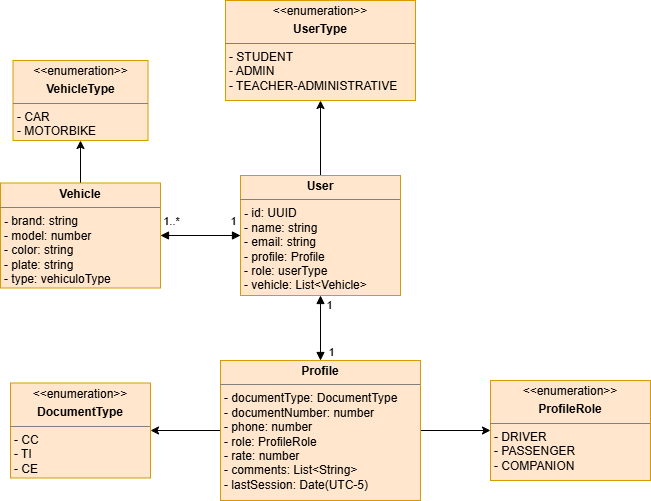
The draw.io diagram docs/uml/DiagramaDeClases.png in RidECI-Legacy/sonic-user-service, before a commit. Source tidied: cells renumbered, new cells last; positions are measured from the earlier drawing's top-left corner, leaving out a move shared by most shapes. The source it was exported from:
```xml
<mxGraphModel>
  <root>
    <mxCell id="0" />
    <mxCell id="1" parent="0" />
    <mxCell id="2" style="edgeStyle=orthogonalEdgeStyle;rounded=0;jettySize=auto;html=1;exitX=0.5;exitY=0;exitDx=0;exitDy=0;entryX=0.5;entryY=1;entryDx=0;entryDy=0;" parent="1" edge="1" source="3" target="16">
      <mxGeometry relative="1" as="geometry" />
    </mxCell>
    <mxCell id="3" value="&lt;p style=&quot;margin:0px;margin-top:4px;text-align:center;&quot;&gt;&lt;b&gt;User&lt;/b&gt;&lt;/p&gt;&lt;hr size=&quot;1&quot; style=&quot;border-style:solid;&quot;&gt;&lt;p style=&quot;margin:0px;margin-left:4px;&quot;&gt;&lt;b&gt;- &lt;/b&gt;id: UUID&lt;/p&gt;&lt;p style=&quot;margin:0px;margin-left:4px;&quot;&gt;- name: string&lt;/p&gt;&lt;p style=&quot;margin:0px;margin-left:4px;&quot;&gt;- email: string&lt;/p&gt;&lt;p style=&quot;margin:0px;margin-left:4px;&quot;&gt;&lt;span style=&quot;background-color: transparent; color: light-dark(rgb(0, 0, 0), rgb(255, 255, 255));&quot;&gt;- profile: Profile&lt;/span&gt;&lt;/p&gt;&lt;p style=&quot;margin:0px;margin-left:4px;&quot;&gt;&lt;span style=&quot;background-color: transparent; color: light-dark(rgb(0, 0, 0), rgb(255, 255, 255));&quot;&gt;- role: userType&lt;/span&gt;&lt;/p&gt;&lt;p style=&quot;margin:0px;margin-left:4px;&quot;&gt;&lt;span style=&quot;background-color: transparent; color: light-dark(rgb(0, 0, 0), rgb(255, 255, 255));&quot;&gt;- vehicle: List&amp;lt;Vehicle&amp;gt;&amp;nbsp;&lt;/span&gt;&lt;/p&gt;" style="verticalAlign=top;align=left;overflow=fill;html=1;whiteSpace=wrap;fillColor=#ffe6cc;strokeColor=#d79b00;" parent="1" vertex="1">
      <mxGeometry x="240" y="175" width="160" height="120" as="geometry" />
    </mxCell>
    <mxCell id="4" value="&lt;p style=&quot;margin:0px;margin-top:4px;text-align:center;&quot;&gt;&amp;lt;&amp;lt;enumeration&amp;gt;&amp;gt;&lt;/p&gt;&lt;p style=&quot;margin:0px;margin-top:4px;text-align:center;&quot;&gt;&lt;b&gt;ProfileRole&lt;/b&gt;&lt;/p&gt;&lt;hr size=&quot;1&quot; style=&quot;border-style:solid;&quot;&gt;&lt;p style=&quot;margin:0px;margin-left:4px;&quot;&gt;- DRIVER&lt;/p&gt;&lt;p style=&quot;margin:0px;margin-left:4px;&quot;&gt;- PASSENGER&lt;/p&gt;&lt;p style=&quot;margin:0px;margin-left:4px;&quot;&gt;- COMPANION&lt;br&gt;&lt;/p&gt;" style="verticalAlign=top;align=left;overflow=fill;html=1;whiteSpace=wrap;fillColor=#ffe6cc;strokeColor=#d79b00;" parent="1" vertex="1">
      <mxGeometry x="490" y="380" width="160" height="100" as="geometry" />
    </mxCell>
    <mxCell id="5" style="edgeStyle=orthogonalEdgeStyle;rounded=0;jettySize=auto;html=1;exitX=0.5;exitY=0;exitDx=0;exitDy=0;entryX=0.5;entryY=1;entryDx=0;entryDy=0;" parent="1" edge="1" source="6" target="18">
      <mxGeometry relative="1" as="geometry" />
    </mxCell>
    <mxCell id="6" value="&lt;p style=&quot;margin:0px;margin-top:4px;text-align:center;&quot;&gt;&lt;b&gt;Vehicle&lt;/b&gt;&lt;/p&gt;&lt;hr size=&quot;1&quot; style=&quot;border-style:solid;&quot;&gt;&lt;p style=&quot;margin:0px;margin-left:4px;&quot;&gt;&lt;b&gt;- &lt;/b&gt;brand: string&lt;/p&gt;&lt;p style=&quot;margin:0px;margin-left:4px;&quot;&gt;- model: number&lt;/p&gt;&lt;p style=&quot;margin:0px;margin-left:4px;&quot;&gt;- color: string&lt;/p&gt;&lt;p style=&quot;margin:0px;margin-left:4px;&quot;&gt;- plate: string&lt;/p&gt;&lt;p style=&quot;margin:0px;margin-left:4px;&quot;&gt;- type: vehiculoType&lt;/p&gt;" style="verticalAlign=top;align=left;overflow=fill;html=1;whiteSpace=wrap;fillColor=#ffe6cc;strokeColor=#d79b00;" parent="1" vertex="1">
      <mxGeometry y="182.5" width="160" height="105" as="geometry" />
    </mxCell>
    <mxCell id="7" style="endArrow=block;startArrow=block;endFill=1;startFill=1;html=1;rounded=0;exitX=1;exitY=0.5;exitDx=0;exitDy=0;entryX=0;entryY=0.5;entryDx=0;entryDy=0;" parent="1" edge="1" source="6" target="3">
      <mxGeometry relative="1" as="geometry" />
    </mxCell>
    <mxCell id="8" value="1..*" style="edgeLabel;html=1;align=center;verticalAlign=middle;" parent="7" vertex="1">
      <mxGeometry x="-0.71" y="-2" relative="1" as="geometry">
        <mxPoint x="-2" y="-17" as="offset" />
      </mxGeometry>
    </mxCell>
    <mxCell id="9" value="1" style="edgeLabel;html=1;align=center;verticalAlign=middle;" parent="7" vertex="1">
      <mxGeometry x="0.6" relative="1" as="geometry">
        <mxPoint x="8" y="-15" as="offset" />
      </mxGeometry>
    </mxCell>
    <mxCell id="10" style="edgeStyle=orthogonalEdgeStyle;rounded=0;jettySize=auto;html=1;exitX=1;exitY=0.5;exitDx=0;exitDy=0;entryX=0;entryY=0.5;entryDx=0;entryDy=0;" parent="1" edge="1" source="12" target="4">
      <mxGeometry relative="1" as="geometry" />
    </mxCell>
    <mxCell id="11" style="edgeStyle=orthogonalEdgeStyle;rounded=0;jettySize=auto;html=1;entryX=1;entryY=0.5;entryDx=0;entryDy=0;" parent="1" edge="1" source="12" target="17">
      <mxGeometry relative="1" as="geometry" />
    </mxCell>
    <mxCell id="12" value="&lt;p style=&quot;margin:0px;margin-top:4px;text-align:center;&quot;&gt;&lt;b&gt;Profile&lt;/b&gt;&lt;/p&gt;&lt;hr size=&quot;1&quot; style=&quot;border-style:solid;&quot;&gt;&lt;p style=&quot;margin:0px;margin-left:4px;&quot;&gt;&lt;span style=&quot;background-color: transparent; color: light-dark(rgb(0, 0, 0), rgb(255, 255, 255));&quot;&gt;- documentType: DocumentType&lt;/span&gt;&lt;/p&gt;&lt;p style=&quot;margin:0px;margin-left:4px;&quot;&gt;&lt;span style=&quot;background-color: transparent; color: light-dark(rgb(0, 0, 0), rgb(255, 255, 255));&quot;&gt;- documentNumber: number&lt;/span&gt;&lt;/p&gt;&lt;p style=&quot;margin:0px;margin-left:4px;&quot;&gt;&lt;span style=&quot;background-color: transparent; color: light-dark(rgb(0, 0, 0), rgb(255, 255, 255));&quot;&gt;- phone: number&lt;/span&gt;&lt;/p&gt;&lt;p style=&quot;margin:0px;margin-left:4px;&quot;&gt;&lt;span style=&quot;background-color: transparent; color: light-dark(rgb(0, 0, 0), rgb(255, 255, 255));&quot;&gt;- role: ProfileRole&lt;/span&gt;&lt;/p&gt;&lt;p style=&quot;margin: 0px 0px 0px 4px;&quot;&gt;- rate: number&lt;/p&gt;&lt;p style=&quot;margin: 0px 0px 0px 4px;&quot;&gt;- comments: List&amp;lt;String&amp;gt;&lt;br&gt;&lt;/p&gt;&lt;p style=&quot;margin: 0px 0px 0px 4px;&quot;&gt;- lastSession: Date(UTC-5)&lt;/p&gt;&lt;p style=&quot;margin: 0px 0px 0px 4px;&quot;&gt;&lt;br&gt;&lt;/p&gt;&lt;p style=&quot;margin:0px;margin-left:4px;&quot;&gt;&lt;br&gt;&lt;/p&gt;" style="verticalAlign=top;align=left;overflow=fill;html=1;whiteSpace=wrap;fillColor=#ffe6cc;strokeColor=#d79b00;" parent="1" vertex="1">
      <mxGeometry x="220" y="360" width="200" height="140" as="geometry" />
    </mxCell>
    <mxCell id="13" style="endArrow=block;startArrow=block;endFill=1;startFill=1;html=1;rounded=0;exitX=0.5;exitY=0;exitDx=0;exitDy=0;entryX=0.5;entryY=1;entryDx=0;entryDy=0;" parent="1" edge="1" source="12" target="3">
      <mxGeometry relative="1" as="geometry" />
    </mxCell>
    <mxCell id="14" value="1" style="edgeLabel;html=1;align=center;verticalAlign=middle;" parent="13" vertex="1">
      <mxGeometry x="-0.71" y="-2" relative="1" as="geometry">
        <mxPoint x="8" as="offset" />
      </mxGeometry>
    </mxCell>
    <mxCell id="15" value="1" style="edgeLabel;html=1;align=center;verticalAlign=middle;" parent="13" vertex="1">
      <mxGeometry x="0.6" relative="1" as="geometry">
        <mxPoint x="8" y="-4" as="offset" />
      </mxGeometry>
    </mxCell>
    <mxCell id="16" value="&lt;p style=&quot;margin:0px;margin-top:4px;text-align:center;&quot;&gt;&amp;lt;&amp;lt;enumeration&amp;gt;&amp;gt;&lt;/p&gt;&lt;p style=&quot;margin:0px;margin-top:4px;text-align:center;&quot;&gt;&lt;b&gt;UserType&lt;/b&gt;&lt;/p&gt;&lt;hr size=&quot;1&quot; style=&quot;border-style:solid;&quot;&gt;&lt;p style=&quot;margin:0px;margin-left:4px;&quot;&gt;- STUDENT&lt;br&gt;&lt;/p&gt;&lt;p style=&quot;margin:0px;margin-left:4px;&quot;&gt;- ADMIN&lt;/p&gt;&lt;p style=&quot;margin:0px;margin-left:4px;&quot;&gt;- TEACHER-ADMINISTRATIVE&lt;/p&gt;" style="verticalAlign=top;align=left;overflow=fill;html=1;whiteSpace=wrap;fillColor=#ffe6cc;strokeColor=#d79b00;" parent="1" vertex="1">
      <mxGeometry x="225" width="190" height="100" as="geometry" />
    </mxCell>
    <mxCell id="17" value="&lt;p style=&quot;margin:0px;margin-top:4px;text-align:center;&quot;&gt;&amp;lt;&amp;lt;enumeration&amp;gt;&amp;gt;&lt;/p&gt;&lt;p style=&quot;margin:0px;margin-top:4px;text-align:center;&quot;&gt;&lt;b&gt;DocumentType&lt;/b&gt;&lt;/p&gt;&lt;hr size=&quot;1&quot; style=&quot;border-style:solid;&quot;&gt;&lt;p style=&quot;margin:0px;margin-left:4px;&quot;&gt;- CC&lt;br&gt;&lt;/p&gt;&lt;p style=&quot;margin:0px;margin-left:4px;&quot;&gt;- TI&lt;/p&gt;&lt;p style=&quot;margin:0px;margin-left:4px;&quot;&gt;- CE&lt;/p&gt;" style="verticalAlign=top;align=left;overflow=fill;html=1;whiteSpace=wrap;fillColor=#ffe6cc;strokeColor=#d79b00;" parent="1" vertex="1">
      <mxGeometry x="10" y="382.5" width="140" height="95" as="geometry" />
    </mxCell>
    <mxCell id="18" value="&lt;p style=&quot;margin:0px;margin-top:4px;text-align:center;&quot;&gt;&amp;lt;&amp;lt;enumeration&amp;gt;&amp;gt;&lt;/p&gt;&lt;p style=&quot;margin:0px;margin-top:4px;text-align:center;&quot;&gt;&lt;b&gt;VehicleType&lt;/b&gt;&lt;/p&gt;&lt;hr size=&quot;1&quot; style=&quot;border-style:solid;&quot;&gt;&lt;p style=&quot;margin:0px;margin-left:4px;&quot;&gt;- CAR&lt;/p&gt;&lt;p style=&quot;margin:0px;margin-left:4px;&quot;&gt;- MOTORBIKE&lt;/p&gt;" style="verticalAlign=top;align=left;overflow=fill;html=1;whiteSpace=wrap;fillColor=#ffe6cc;strokeColor=#d79b00;" parent="1" vertex="1">
      <mxGeometry x="12.5" y="60" width="135" height="80" as="geometry" />
    </mxCell>
  </root>
</mxGraphModel>
```
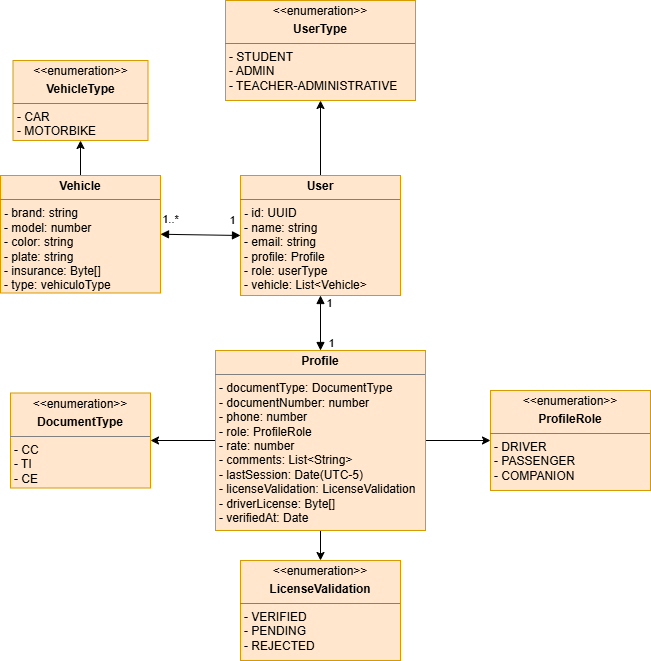
Above is the later version.

Commit message:
feat: Add/Update diagrams (Diagrama de componentes, diagrama CU y diagrama de despliegue)

Change to the diagram source:
```diff
@@ -9,13 +9,13 @@
       <mxGeometry x="240" y="175" width="160" height="120" as="geometry" />
     </mxCell>
     <mxCell id="4" value="&lt;p style=&quot;margin:0px;margin-top:4px;text-align:center;&quot;&gt;&amp;lt;&amp;lt;enumeration&amp;gt;&amp;gt;&lt;/p&gt;&lt;p style=&quot;margin:0px;margin-top:4px;text-align:center;&quot;&gt;&lt;b&gt;ProfileRole&lt;/b&gt;&lt;/p&gt;&lt;hr size=&quot;1&quot; style=&quot;border-style:solid;&quot;&gt;&lt;p style=&quot;margin:0px;margin-left:4px;&quot;&gt;- DRIVER&lt;/p&gt;&lt;p style=&quot;margin:0px;margin-left:4px;&quot;&gt;- PASSENGER&lt;/p&gt;&lt;p style=&quot;margin:0px;margin-left:4px;&quot;&gt;- COMPANION&lt;br&gt;&lt;/p&gt;" style="verticalAlign=top;align=left;overflow=fill;html=1;whiteSpace=wrap;fillColor=#ffe6cc;strokeColor=#d79b00;" parent="1" vertex="1">
-      <mxGeometry x="490" y="380" width="160" height="100" as="geometry" />
+      <mxGeometry x="490" y="390" width="160" height="100" as="geometry" />
     </mxCell>
     <mxCell id="5" style="edgeStyle=orthogonalEdgeStyle;rounded=0;jettySize=auto;html=1;exitX=0.5;exitY=0;exitDx=0;exitDy=0;entryX=0.5;entryY=1;entryDx=0;entryDy=0;" parent="1" edge="1" source="6" target="18">
       <mxGeometry relative="1" as="geometry" />
     </mxCell>
-    <mxCell id="6" value="&lt;p style=&quot;margin:0px;margin-top:4px;text-align:center;&quot;&gt;&lt;b&gt;Vehicle&lt;/b&gt;&lt;/p&gt;&lt;hr size=&quot;1&quot; style=&quot;border-style:solid;&quot;&gt;&lt;p style=&quot;margin:0px;margin-left:4px;&quot;&gt;&lt;b&gt;- &lt;/b&gt;brand: string&lt;/p&gt;&lt;p style=&quot;margin:0px;margin-left:4px;&quot;&gt;- model: number&lt;/p&gt;&lt;p style=&quot;margin:0px;margin-left:4px;&quot;&gt;- color: string&lt;/p&gt;&lt;p style=&quot;margin:0px;margin-left:4px;&quot;&gt;- plate: string&lt;/p&gt;&lt;p style=&quot;margin:0px;margin-left:4px;&quot;&gt;- type: vehiculoType&lt;/p&gt;" style="verticalAlign=top;align=left;overflow=fill;html=1;whiteSpace=wrap;fillColor=#ffe6cc;strokeColor=#d79b00;" parent="1" vertex="1">
-      <mxGeometry y="182.5" width="160" height="105" as="geometry" />
+    <mxCell id="6" value="&lt;p style=&quot;margin:0px;margin-top:4px;text-align:center;&quot;&gt;&lt;b&gt;Vehicle&lt;/b&gt;&lt;/p&gt;&lt;hr size=&quot;1&quot; style=&quot;border-style:solid;&quot;&gt;&lt;p style=&quot;margin:0px;margin-left:4px;&quot;&gt;&lt;b&gt;- &lt;/b&gt;brand: string&lt;/p&gt;&lt;p style=&quot;margin:0px;margin-left:4px;&quot;&gt;- model: number&lt;/p&gt;&lt;p style=&quot;margin:0px;margin-left:4px;&quot;&gt;- color: string&lt;/p&gt;&lt;p style=&quot;margin:0px;margin-left:4px;&quot;&gt;- plate: string&lt;/p&gt;&lt;p style=&quot;margin:0px;margin-left:4px;&quot;&gt;- insurance: Byte[]&lt;/p&gt;&lt;p style=&quot;margin:0px;margin-left:4px;&quot;&gt;- type: vehiculoType&lt;/p&gt;" style="verticalAlign=top;align=left;overflow=fill;html=1;whiteSpace=wrap;fillColor=#ffe6cc;strokeColor=#d79b00;" parent="1" vertex="1">
+      <mxGeometry y="175" width="160" height="117.5" as="geometry" />
     </mxCell>
     <mxCell id="7" style="endArrow=block;startArrow=block;endFill=1;startFill=1;html=1;rounded=0;exitX=1;exitY=0.5;exitDx=0;exitDy=0;entryX=0;entryY=0.5;entryDx=0;entryDy=0;" parent="1" edge="1" source="6" target="3">
       <mxGeometry relative="1" as="geometry" />
@@ -36,8 +36,11 @@
     <mxCell id="11" style="edgeStyle=orthogonalEdgeStyle;rounded=0;jettySize=auto;html=1;entryX=1;entryY=0.5;entryDx=0;entryDy=0;" parent="1" edge="1" source="12" target="17">
       <mxGeometry relative="1" as="geometry" />
     </mxCell>
+    <mxCell id="19" style="edgeStyle=orthogonalEdgeStyle;rounded=0;jettySize=auto;html=1;exitX=0.5;exitY=1;exitDx=0;exitDy=0;entryX=0.5;entryY=0;entryDx=0;entryDy=0;" parent="1" edge="1" source="12" target="20">
+      <mxGeometry relative="1" as="geometry" />
+    </mxCell>
-    <mxCell id="12" value="&lt;p style=&quot;margin:0px;margin-top:4px;text-align:center;&quot;&gt;&lt;b&gt;Profile&lt;/b&gt;&lt;/p&gt;&lt;hr size=&quot;1&quot; style=&quot;border-style:solid;&quot;&gt;&lt;p style=&quot;margin:0px;margin-left:4px;&quot;&gt;&lt;span style=&quot;background-color: transparent; color: light-dark(rgb(0, 0, 0), rgb(255, 255, 255));&quot;&gt;- documentType: DocumentType&lt;/span&gt;&lt;/p&gt;&lt;p style=&quot;margin:0px;margin-left:4px;&quot;&gt;&lt;span style=&quot;background-color: transparent; color: light-dark(rgb(0, 0, 0), rgb(255, 255, 255));&quot;&gt;- documentNumber: number&lt;/span&gt;&lt;/p&gt;&lt;p style=&quot;margin:0px;margin-left:4px;&quot;&gt;&lt;span style=&quot;background-color: transparent; color: light-dark(rgb(0, 0, 0), rgb(255, 255, 255));&quot;&gt;- phone: number&lt;/span&gt;&lt;/p&gt;&lt;p style=&quot;margin:0px;margin-left:4px;&quot;&gt;&lt;span style=&quot;background-color: transparent; color: light-dark(rgb(0, 0, 0), rgb(255, 255, 255));&quot;&gt;- role: ProfileRole&lt;/span&gt;&lt;/p&gt;&lt;p style=&quot;margin: 0px 0px 0px 4px;&quot;&gt;- rate: number&lt;/p&gt;&lt;p style=&quot;margin: 0px 0px 0px 4px;&quot;&gt;- comments: List&amp;lt;String&amp;gt;&lt;br&gt;&lt;/p&gt;&lt;p style=&quot;margin: 0px 0px 0px 4px;&quot;&gt;- lastSession: Date(UTC-5)&lt;/p&gt;&lt;p style=&quot;margin: 0px 0px 0px 4px;&quot;&gt;&lt;br&gt;&lt;/p&gt;&lt;p style=&quot;margin:0px;margin-left:4px;&quot;&gt;&lt;br&gt;&lt;/p&gt;" style="verticalAlign=top;align=left;overflow=fill;html=1;whiteSpace=wrap;fillColor=#ffe6cc;strokeColor=#d79b00;" parent="1" vertex="1">
-      <mxGeometry x="220" y="360" width="200" height="140" as="geometry" />
+    <mxCell id="12" value="&lt;p style=&quot;margin:0px;margin-top:4px;text-align:center;&quot;&gt;&lt;b&gt;Profile&lt;/b&gt;&lt;/p&gt;&lt;hr size=&quot;1&quot; style=&quot;border-style:solid;&quot;&gt;&lt;p style=&quot;margin:0px;margin-left:4px;&quot;&gt;&lt;span style=&quot;background-color: transparent; color: light-dark(rgb(0, 0, 0), rgb(255, 255, 255));&quot;&gt;- documentType: DocumentType&lt;/span&gt;&lt;/p&gt;&lt;p style=&quot;margin:0px;margin-left:4px;&quot;&gt;&lt;span style=&quot;background-color: transparent; color: light-dark(rgb(0, 0, 0), rgb(255, 255, 255));&quot;&gt;- documentNumber: number&lt;/span&gt;&lt;/p&gt;&lt;p style=&quot;margin:0px;margin-left:4px;&quot;&gt;&lt;span style=&quot;background-color: transparent; color: light-dark(rgb(0, 0, 0), rgb(255, 255, 255));&quot;&gt;- phone: number&lt;/span&gt;&lt;/p&gt;&lt;p style=&quot;margin:0px;margin-left:4px;&quot;&gt;&lt;span style=&quot;background-color: transparent; color: light-dark(rgb(0, 0, 0), rgb(255, 255, 255));&quot;&gt;- role: ProfileRole&lt;/span&gt;&lt;/p&gt;&lt;p style=&quot;margin: 0px 0px 0px 4px;&quot;&gt;- rate: number&lt;/p&gt;&lt;p style=&quot;margin: 0px 0px 0px 4px;&quot;&gt;- comments: List&amp;lt;String&amp;gt;&lt;br&gt;&lt;/p&gt;&lt;p style=&quot;margin: 0px 0px 0px 4px;&quot;&gt;- lastSession: Date(UTC-5)&lt;/p&gt;&lt;p style=&quot;margin: 0px 0px 0px 4px;&quot;&gt;- licenseValidation: LicenseValidation&lt;/p&gt;&lt;p style=&quot;margin: 0px 0px 0px 4px;&quot;&gt;- driverLicense: Byte[]&lt;/p&gt;&lt;p style=&quot;margin: 0px 0px 0px 4px;&quot;&gt;- verifiedAt: Date&lt;/p&gt;&lt;p style=&quot;margin: 0px 0px 0px 4px;&quot;&gt;&lt;br&gt;&lt;/p&gt;&lt;p style=&quot;margin:0px;margin-left:4px;&quot;&gt;&lt;br&gt;&lt;/p&gt;" style="verticalAlign=top;align=left;overflow=fill;html=1;whiteSpace=wrap;fillColor=#ffe6cc;strokeColor=#d79b00;" parent="1" vertex="1">
+      <mxGeometry x="215" y="350" width="210" height="180" as="geometry" />
     </mxCell>
     <mxCell id="13" style="endArrow=block;startArrow=block;endFill=1;startFill=1;html=1;rounded=0;exitX=0.5;exitY=0;exitDx=0;exitDy=0;entryX=0.5;entryY=1;entryDx=0;entryDy=0;" parent="1" edge="1" source="12" target="3">
       <mxGeometry relative="1" as="geometry" />
@@ -56,10 +59,13 @@
       <mxGeometry x="225" width="190" height="100" as="geometry" />
     </mxCell>
     <mxCell id="17" value="&lt;p style=&quot;margin:0px;margin-top:4px;text-align:center;&quot;&gt;&amp;lt;&amp;lt;enumeration&amp;gt;&amp;gt;&lt;/p&gt;&lt;p style=&quot;margin:0px;margin-top:4px;text-align:center;&quot;&gt;&lt;b&gt;DocumentType&lt;/b&gt;&lt;/p&gt;&lt;hr size=&quot;1&quot; style=&quot;border-style:solid;&quot;&gt;&lt;p style=&quot;margin:0px;margin-left:4px;&quot;&gt;- CC&lt;br&gt;&lt;/p&gt;&lt;p style=&quot;margin:0px;margin-left:4px;&quot;&gt;- TI&lt;/p&gt;&lt;p style=&quot;margin:0px;margin-left:4px;&quot;&gt;- CE&lt;/p&gt;" style="verticalAlign=top;align=left;overflow=fill;html=1;whiteSpace=wrap;fillColor=#ffe6cc;strokeColor=#d79b00;" parent="1" vertex="1">
-      <mxGeometry x="10" y="382.5" width="140" height="95" as="geometry" />
+      <mxGeometry x="10" y="392.5" width="140" height="95" as="geometry" />
     </mxCell>
     <mxCell id="18" value="&lt;p style=&quot;margin:0px;margin-top:4px;text-align:center;&quot;&gt;&amp;lt;&amp;lt;enumeration&amp;gt;&amp;gt;&lt;/p&gt;&lt;p style=&quot;margin:0px;margin-top:4px;text-align:center;&quot;&gt;&lt;b&gt;VehicleType&lt;/b&gt;&lt;/p&gt;&lt;hr size=&quot;1&quot; style=&quot;border-style:solid;&quot;&gt;&lt;p style=&quot;margin:0px;margin-left:4px;&quot;&gt;- CAR&lt;/p&gt;&lt;p style=&quot;margin:0px;margin-left:4px;&quot;&gt;- MOTORBIKE&lt;/p&gt;" style="verticalAlign=top;align=left;overflow=fill;html=1;whiteSpace=wrap;fillColor=#ffe6cc;strokeColor=#d79b00;" parent="1" vertex="1">
       <mxGeometry x="12.5" y="60" width="135" height="80" as="geometry" />
     </mxCell>
+    <mxCell id="20" value="&lt;p style=&quot;margin:0px;margin-top:4px;text-align:center;&quot;&gt;&amp;lt;&amp;lt;enumeration&amp;gt;&amp;gt;&lt;/p&gt;&lt;p style=&quot;margin:0px;margin-top:4px;text-align:center;&quot;&gt;&lt;b&gt;LicenseValidation&lt;/b&gt;&lt;/p&gt;&lt;hr size=&quot;1&quot; style=&quot;border-style:solid;&quot;&gt;&lt;p style=&quot;margin:0px;margin-left:4px;&quot;&gt;- VERIFIED&lt;/p&gt;&lt;p style=&quot;margin:0px;margin-left:4px;&quot;&gt;- PENDING&lt;/p&gt;&lt;p style=&quot;margin:0px;margin-left:4px;&quot;&gt;- REJECTED&lt;br&gt;&lt;/p&gt;" style="verticalAlign=top;align=left;overflow=fill;html=1;whiteSpace=wrap;fillColor=#ffe6cc;strokeColor=#d79b00;" parent="1" vertex="1">
+      <mxGeometry x="240" y="560" width="160" height="100" as="geometry" />
+    </mxCell>
   </root>
 </mxGraphModel>
```
